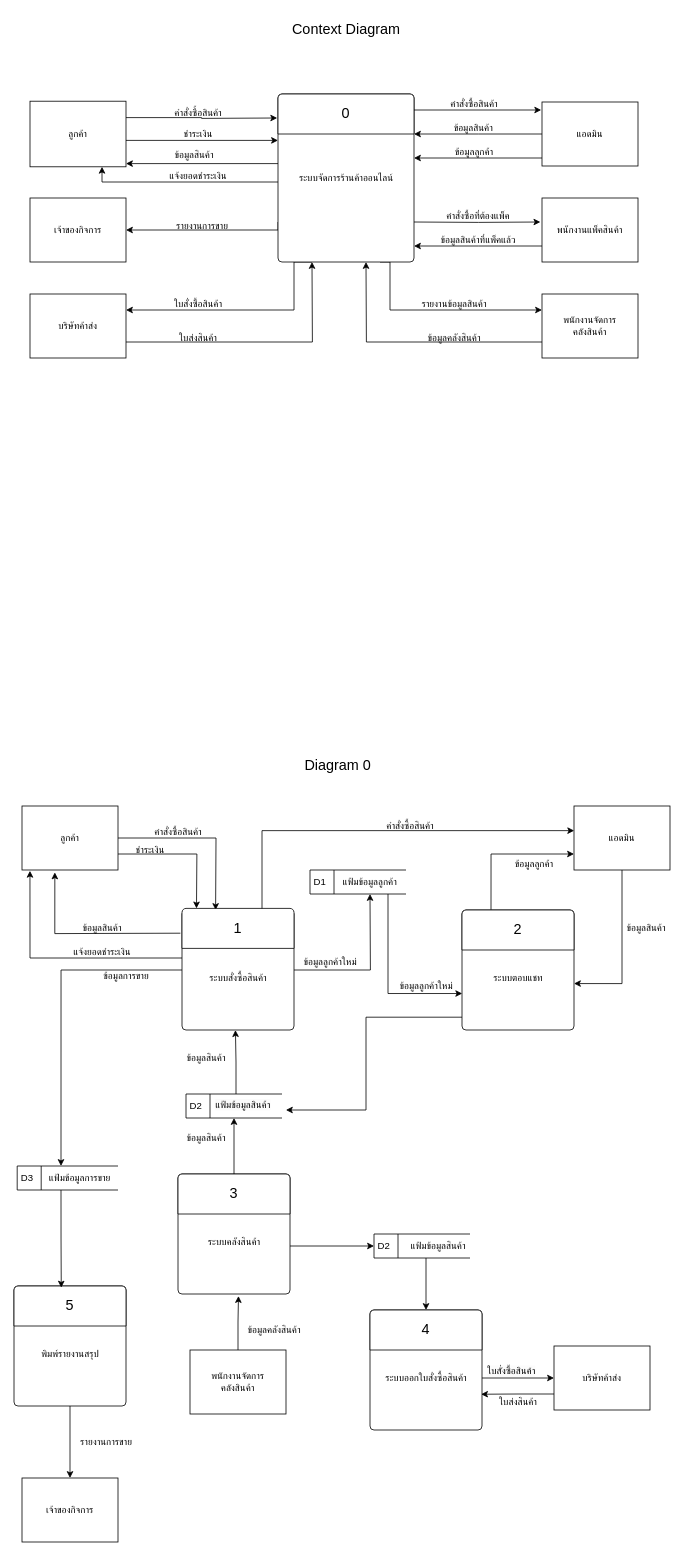
Above: Diagram.drawio in Phatkavee/collection-file (draw.io), before the change. Source tidied: cells renumbered, new cells numbered last; positions are measured from the earlier drawing's top-left corner, leaving out a move shared by most shapes. Both pictures are drawn from the tidied source at 80%, with x=0, y=0 at pixel (14, 14).
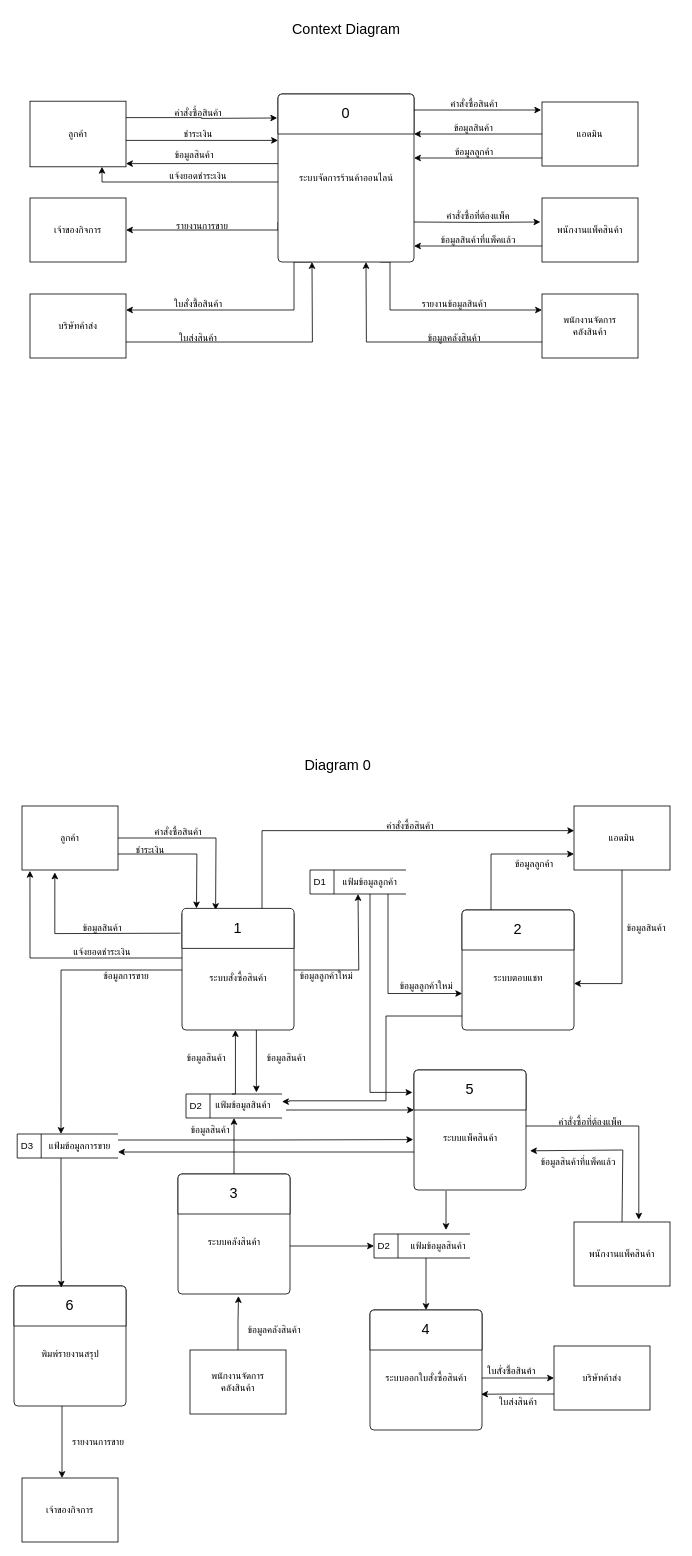
The same diagram, later.

Unchanged cells that the change refers to:
```xml
<mxCell id="42" value="แฟ้มข้อมูลลูกค้า" style="text;html=1;strokeColor=none;fillColor=none;align=center;verticalAlign=middle;whiteSpace=wrap;rounded=0;" parent="1" vertex="1">
  <mxGeometry x="400" y="1070" width="90" height="30" as="geometry" />
</mxCell>
<mxCell id="62" style="html=1;shadow=0;dashed=0;shape=mxgraph.bootstrap.rrect;rSize=5;html=1;whiteSpace=wrap;verticalAlign=bottom;align=left;spacing=20;spacingBottom=0;fontSize=14;fontFamily=Helvetica;startSize=30;" parent="1" vertex="1">
  <mxGeometry x="560" y="1120" width="140" height="150" as="geometry" />
</mxCell>
<mxCell id="73" style="html=1;shadow=0;dashed=0;shape=mxgraph.bootstrap.rrect;rSize=5;html=1;whiteSpace=wrap;verticalAlign=bottom;align=left;spacing=20;spacingBottom=0;fontSize=14;fontFamily=Helvetica;startSize=30;" parent="1" vertex="1">
  <mxGeometry y="1590" width="140" height="150" as="geometry" />
</mxCell>
<mxCell id="76" value="เจ้าของกิจการ" style="rounded=0;whiteSpace=wrap;html=1;strokeColor=default;align=center;verticalAlign=middle;fontFamily=Helvetica;fontSize=12;fontColor=default;startSize=30;fillColor=default;" parent="1" vertex="1">
  <mxGeometry x="10" y="1830" width="120" height="80" as="geometry" />
</mxCell>
```

The edit, as a diff of the source:
```diff
@@
     <mxCell id="44" value="ข้อมูลลูกค้าใหม่" style="text;html=1;align=center;verticalAlign=middle;strokeColor=none;fillColor=none;" parent="1" vertex="1">
-      <mxGeometry x="345" y="1170" width="100" height="30" as="geometry" />
+      <mxGeometry x="340" y="1188" width="100" height="30" as="geometry" />
     </mxCell>
@@
-    <mxCell id="55" style="edgeStyle=orthogonalEdgeStyle;shape=connector;rounded=0;jettySize=auto;html=1;labelBackgroundColor=default;strokeColor=default;align=center;verticalAlign=middle;fontFamily=Helvetica;fontSize=12;fontColor=default;endArrow=classic;startSize=30;" parent="1" edge="1" source="57">
+    <mxCell id="55" style="edgeStyle=orthogonalEdgeStyle;shape=connector;rounded=0;orthogonalLoop=1;jettySize=auto;html=1;labelBackgroundColor=default;strokeColor=default;align=center;verticalAlign=middle;fontFamily=Helvetica;fontSize=12;fontColor=default;endArrow=classic;startSize=30;" parent="1" edge="1">
       <mxGeometry relative="1" as="geometry">
-        <mxPoint x="445" y="1100" as="targetPoint" />
+        <mxPoint x="335" y="1195" as="sourcePoint" />
+        <mxPoint x="430" y="1100" as="targetPoint" />
+        <Array as="points">
+          <mxPoint x="431" y="1195" />
+        </Array>
       </mxGeometry>
     </mxCell>
@@
+    <mxCell id="105" style="edgeStyle=none;rounded=0;jettySize=auto;html=1;entryX=0.589;entryY=-0.1;entryDx=0;entryDy=0;fontFamily=Helvetica;fontSize=14;fontColor=default;startSize=30;exitX=0.664;exitY=0.993;exitDx=0;exitDy=0;exitPerimeter=0;entryPerimeter=0;" parent="1" edge="1" source="57" target="81">
+      <mxGeometry relative="1" as="geometry" />
+    </mxCell>
-    <mxCell id="57" style="html=1;shadow=0;dashed=0;shape=mxgraph.bootstrap.rrect;rSize=5;html=1;whiteSpace=wrap;verticalAlign=bottom;align=left;spacing=20;spacingBottom=0;fontSize=14;fontFamily=Helvetica;startSize=30;" parent="1" vertex="1">
+    <mxCell id="57" style="html=1;shadow=0;dashed=0;shape=mxgraph.bootstrap.rrect;rSize=5;html=1;whiteSpace=wrap;verticalAlign=bottom;align=left;spacing=20;spacingBottom=0;fontSize=14;fontFamily=Helvetica;startSize=30;snapToPoint=1;" parent="1" vertex="1">
       <mxGeometry x="210" y="1120" width="140" height="150" as="geometry" />
     </mxCell>
@@
-    <mxCell id="61" style="edgeStyle=orthogonalEdgeStyle;shape=connector;rounded=0;jettySize=auto;html=1;entryX=1;entryY=0.5;entryDx=0;entryDy=0;labelBackgroundColor=default;strokeColor=default;align=center;verticalAlign=middle;fontFamily=Helvetica;fontSize=12;fontColor=default;endArrow=classic;startSize=30;exitX=0.007;exitY=0.88;exitDx=0;exitDy=0;exitPerimeter=0;" parent="1" edge="1" source="62">
+    <mxCell id="61" style="edgeStyle=orthogonalEdgeStyle;shape=connector;rounded=0;orthogonalLoop=1;jettySize=auto;html=1;entryX=1;entryY=0.5;entryDx=0;entryDy=0;labelBackgroundColor=default;strokeColor=default;align=center;verticalAlign=middle;fontFamily=Helvetica;fontSize=12;fontColor=default;endArrow=classic;startSize=30;exitX=0.007;exitY=0.88;exitDx=0;exitDy=0;exitPerimeter=0;" parent="1" edge="1">
       <mxGeometry relative="1" as="geometry">
-        <mxPoint x="339.9" y="1370" as="targetPoint" />
+        <mxPoint x="565" y="1250.5" as="sourcePoint" />
+        <mxPoint x="335" y="1359.5" as="targetPoint" />
         <Array as="points">
-          <mxPoint x="561" y="1254" />
-          <mxPoint x="440" y="1254" />
-          <mxPoint x="440" y="1370" />
+          <mxPoint x="565" y="1252.5" />
+          <mxPoint x="465" y="1252.5" />
+          <mxPoint x="465" y="1358.5" />
+          <mxPoint x="344" y="1358.5" />
+          <mxPoint x="344" y="1359.5" />
         </Array>
       </mxGeometry>
     </mxCell>
@@
-    <mxCell id="72" style="edgeStyle=orthogonalEdgeStyle;shape=connector;rounded=0;jettySize=auto;html=1;entryX=0.5;entryY=0;entryDx=0;entryDy=0;labelBackgroundColor=default;strokeColor=default;align=center;verticalAlign=middle;fontFamily=Helvetica;fontSize=12;fontColor=default;endArrow=classic;startSize=30;" parent="1" edge="1" source="73" target="76">
-      <mxGeometry relative="1" as="geometry" />
+    <mxCell id="72" style="edgeStyle=orthogonalEdgeStyle;shape=connector;rounded=0;orthogonalLoop=1;jettySize=auto;html=1;entryX=0.5;entryY=0;entryDx=0;entryDy=0;labelBackgroundColor=default;strokeColor=default;align=center;verticalAlign=middle;fontFamily=Helvetica;fontSize=12;fontColor=default;endArrow=classic;startSize=30;" parent="1" edge="1">
+      <mxGeometry relative="1" as="geometry">
+        <mxPoint x="60" y="1740" as="sourcePoint" />
+        <mxPoint x="60" y="1830" as="targetPoint" />
+      </mxGeometry>
     </mxCell>
@@
-    <mxCell id="74" value="5" style="html=1;shadow=0;dashed=0;shape=mxgraph.bootstrap.topButton;rSize=5;perimeter=none;whiteSpace=wrap;fontSize=18;align=center;spacing=20;verticalAlign=middle;fontFamily=Helvetica;startSize=30;" parent="73" vertex="1">
+    <mxCell id="74" value="6" style="html=1;shadow=0;dashed=0;shape=mxgraph.bootstrap.topButton;rSize=5;perimeter=none;whiteSpace=wrap;fontSize=18;align=center;spacing=20;verticalAlign=middle;fontFamily=Helvetica;startSize=30;" parent="73" vertex="1">
       <mxGeometry width="140" height="50" relative="1" as="geometry" />
     </mxCell>
@@
     <mxCell id="77" value="รายงานการขาย" style="text;html=1;align=center;verticalAlign=middle;strokeColor=none;fillColor=none;fontSize=12;fontFamily=Helvetica;fontColor=default;" parent="1" vertex="1">
-      <mxGeometry x="65" y="1770" width="100" height="30" as="geometry" />
+      <mxGeometry x="55" y="1770" width="100" height="30" as="geometry" />
     </mxCell>
@@
     <mxCell id="81" value="&lt;span style=&quot;color: rgb(0, 0, 0); font-family: Helvetica; font-size: 12px; font-style: normal; font-variant-ligatures: normal; font-variant-caps: normal; font-weight: 400; letter-spacing: normal; orphans: 2; text-align: center; text-indent: 0px; text-transform: none; widows: 2; word-spacing: 0px; -webkit-text-stroke-width: 0px; background-color: rgb(251, 251, 251); text-decoration-thickness: initial; text-decoration-style: initial; text-decoration-color: initial; float: none; display: inline !important;&quot;&gt;แฟ้มข้อมูลสินค้า&lt;/span&gt;" style="text;whiteSpace=wrap;html=1;fontSize=12;fontFamily=Helvetica;fontColor=default;" parent="1" vertex="1">
-      <mxGeometry x="250" y="1350" width="110" height="40" as="geometry" />
+      <mxGeometry x="250" y="1350" width="90" height="20" as="geometry" />
     </mxCell>
     <mxCell id="82" style="edgeStyle=orthogonalEdgeStyle;shape=connector;rounded=0;jettySize=auto;html=1;exitX=0.25;exitY=0;exitDx=0;exitDy=0;entryX=0.477;entryY=1.001;entryDx=0;entryDy=0;entryPerimeter=0;labelBackgroundColor=default;strokeColor=default;align=center;verticalAlign=middle;fontFamily=Helvetica;fontSize=12;fontColor=default;endArrow=classic;startSize=30;" parent="1" edge="1" source="81" target="57">
-      <mxGeometry relative="1" as="geometry" />
+      <mxGeometry relative="1" as="geometry">
+        <Array as="points">
+          <mxPoint x="277" y="1350" />
+        </Array>
+      </mxGeometry>
     </mxCell>
     <mxCell id="83" value="ข้อมูลสินค้า" style="text;html=1;align=center;verticalAlign=middle;strokeColor=none;fillColor=none;" parent="1" vertex="1">
-      <mxGeometry x="200" y="1390" width="80" height="30" as="geometry" />
+      <mxGeometry x="205" y="1380" width="80" height="30" as="geometry" />
     </mxCell>
@@
     <mxCell id="100" value="D3" style="html=1;dashed=0;whiteSpace=wrap;shape=mxgraph.dfd.dataStoreID;align=left;spacingLeft=3;horizontal=1;" parent="1" vertex="1">
-      <mxGeometry x="4" y="1440" width="126" height="30" as="geometry" />
+      <mxGeometry x="4" y="1400" width="126" height="30" as="geometry" />
     </mxCell>
     <mxCell id="101" value="แฟ้มข้อมูลการขาย" style="text;html=1;strokeColor=none;fillColor=none;align=center;verticalAlign=middle;whiteSpace=wrap;rounded=0;fontSize=12;fontFamily=Helvetica;fontColor=default;" parent="1" vertex="1">
-      <mxGeometry x="35" y="1440" width="95" height="30" as="geometry" />
+      <mxGeometry x="35" y="1400" width="95" height="30" as="geometry" />
     </mxCell>
@@
+    <mxCell id="106" style="edgeStyle=orthogonalEdgeStyle;rounded=0;jettySize=auto;html=1;entryX=1;entryY=0.75;entryDx=0;entryDy=0;fontFamily=Helvetica;fontSize=14;fontColor=default;startSize=30;" parent="1" edge="1" source="107" target="101">
+      <mxGeometry relative="1" as="geometry">
+        <Array as="points">
+          <mxPoint x="315" y="1423" />
+        </Array>
+      </mxGeometry>
+    </mxCell>
+    <mxCell id="107" style="html=1;shadow=0;dashed=0;shape=mxgraph.bootstrap.rrect;rSize=5;html=1;whiteSpace=wrap;verticalAlign=bottom;align=left;spacing=20;spacingBottom=0;fontSize=14;fontFamily=Helvetica;startSize=30;" parent="1" vertex="1">
+      <mxGeometry x="500" y="1320" width="140" height="150" as="geometry" />
+    </mxCell>
+    <mxCell id="108" value="5" style="html=1;shadow=0;dashed=0;shape=mxgraph.bootstrap.topButton;rSize=5;perimeter=none;whiteSpace=wrap;fontSize=18;align=center;spacing=20;verticalAlign=middle;fontFamily=Helvetica;startSize=30;" parent="107" vertex="1">
+      <mxGeometry width="140" height="50" relative="1" as="geometry" />
+    </mxCell>
+    <mxCell id="109" value="ระบบแพ็คสินค้า" style="text;html=1;align=center;verticalAlign=middle;strokeColor=none;fillColor=none;fontSize=12;fontFamily=Helvetica;fontColor=default;" parent="107" vertex="1">
+      <mxGeometry x="20" y="70" width="100" height="30" as="geometry" />
+    </mxCell>
+    <mxCell id="110" value="พนักงานแพ็คสินค้า" style="rounded=0;whiteSpace=wrap;html=1;" parent="1" vertex="1">
+      <mxGeometry x="700" y="1510" width="120" height="80" as="geometry" />
+    </mxCell>
+    <mxCell id="111" value="ข้อมูลสินค้า" style="text;html=1;align=center;verticalAlign=middle;strokeColor=none;fillColor=none;" parent="1" vertex="1">
+      <mxGeometry x="300" y="1290" width="80" height="30" as="geometry" />
+    </mxCell>
+    <mxCell id="112" style="edgeStyle=orthogonalEdgeStyle;rounded=0;jettySize=auto;html=1;exitX=1;exitY=0.25;exitDx=0;exitDy=0;entryX=-0.007;entryY=0.58;entryDx=0;entryDy=0;entryPerimeter=0;fontFamily=Helvetica;fontSize=14;fontColor=default;startSize=30;" parent="1" edge="1" source="101" target="107">
+      <mxGeometry relative="1" as="geometry" />
+    </mxCell>
+    <mxCell id="113" style="edgeStyle=none;rounded=0;jettySize=auto;html=1;exitX=1;exitY=1;exitDx=0;exitDy=0;entryX=0;entryY=1;entryDx=0;entryDy=0;entryPerimeter=0;fontFamily=Helvetica;fontSize=14;fontColor=default;startSize=30;" parent="1" edge="1" source="81" target="108">
+      <mxGeometry relative="1" as="geometry" />
+    </mxCell>
+    <mxCell id="114" style="edgeStyle=none;rounded=0;jettySize=auto;html=1;exitX=0.5;exitY=1;exitDx=0;exitDy=0;entryX=-0.014;entryY=0.56;entryDx=0;entryDy=0;entryPerimeter=0;fontFamily=Helvetica;fontSize=14;fontColor=default;startSize=30;" parent="1" edge="1" source="42" target="108">
+      <mxGeometry relative="1" as="geometry">
+        <Array as="points">
+          <mxPoint x="445" y="1348" />
+        </Array>
+      </mxGeometry>
+    </mxCell>
+    <mxCell id="115" value="คำสั่งซื้อที่ต้องแพ็ค" style="text;html=1;align=center;verticalAlign=middle;strokeColor=none;fillColor=none;" parent="1" vertex="1">
+      <mxGeometry x="660" y="1370" width="120" height="30" as="geometry" />
+    </mxCell>
+    <mxCell id="116" value="ข้อมูลสินค้าที่แพ็คแล้ว" style="text;html=1;align=center;verticalAlign=middle;strokeColor=none;fillColor=none;" parent="1" vertex="1">
+      <mxGeometry x="640" y="1420" width="130" height="30" as="geometry" />
+    </mxCell>
+    <mxCell id="117" style="edgeStyle=none;rounded=0;jettySize=auto;html=1;fontFamily=Helvetica;fontSize=14;fontColor=default;startSize=30;exitX=0.286;exitY=1.007;exitDx=0;exitDy=0;exitPerimeter=0;" parent="1" edge="1" source="107">
+      <mxGeometry relative="1" as="geometry">
+        <mxPoint x="540" y="1520" as="targetPoint" />
+      </mxGeometry>
+    </mxCell>
+    <mxCell id="118" style="edgeStyle=none;rounded=0;jettySize=auto;html=1;entryX=0.675;entryY=-0.037;entryDx=0;entryDy=0;entryPerimeter=0;fontFamily=Helvetica;fontSize=14;fontColor=default;startSize=30;" parent="1" edge="1" target="110">
+      <mxGeometry relative="1" as="geometry">
+        <mxPoint x="640" y="1390" as="sourcePoint" />
+        <Array as="points">
+          <mxPoint x="781" y="1390" />
+        </Array>
+      </mxGeometry>
+    </mxCell>
+    <mxCell id="119" style="edgeStyle=none;rounded=0;jettySize=auto;html=1;entryX=1.029;entryY=0.74;entryDx=0;entryDy=0;entryPerimeter=0;fontFamily=Helvetica;fontSize=14;fontColor=default;startSize=30;exitX=0.5;exitY=0;exitDx=0;exitDy=0;" parent="1" edge="1" source="110">
+      <mxGeometry relative="1" as="geometry">
+        <mxPoint x="645" y="1421" as="targetPoint" />
+        <Array as="points">
+          <mxPoint x="761" y="1420" />
+        </Array>
+      </mxGeometry>
+    </mxCell>
```
